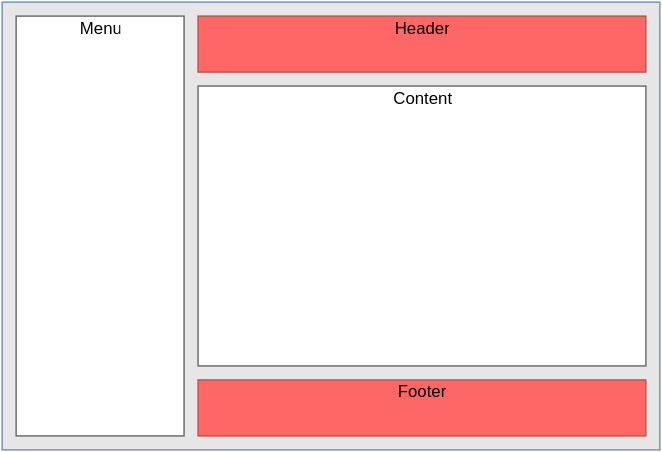
Before: general-introduction/layout.svg, a diagram exported from draw.io (CatUnicornKiller/user-doc). Source tidied: cells renumbered, new cells last; positions are measured from the earlier drawing's top-left corner, leaving out a move shared by most shapes. Source of this version:
```xml
<mxGraphModel background="#ffffff">
  <root>
    <mxCell id="0" />
    <mxCell id="1" parent="0" />
    <mxCell id="2" style="whiteSpace=wrap;html=1;plain-blue;gradientColor=none;fillColor=#E6E6E6;" parent="1" vertex="1">
      <mxGeometry width="470" height="320" as="geometry" />
    </mxCell>
    <mxCell id="3" style="whiteSpace=wrap;html=1;strokeColor=#666666;" parent="1" vertex="1">
      <mxGeometry x="10" y="10" width="120" height="300" as="geometry" />
    </mxCell>
    <mxCell id="4" value="Menu" style="text;html=1;strokeColor=none;fillColor=none;align=center;verticalAlign=middle;whiteSpace=wrap;overflow=hidden;" parent="1" vertex="1">
      <mxGeometry x="50" y="10" width="40" height="20" as="geometry" />
    </mxCell>
    <mxCell id="5" style="whiteSpace=wrap;html=1;plain-red;gradientColor=none;fillColor=#FF6666;" parent="1" vertex="1">
      <mxGeometry x="140" y="10" width="320" height="40" as="geometry" />
    </mxCell>
    <mxCell id="6" value="Header" style="text;html=1;strokeColor=none;fillColor=none;align=center;verticalAlign=middle;whiteSpace=wrap;overflow=hidden;" parent="1" vertex="1">
      <mxGeometry x="275" y="10" width="50" height="20" as="geometry" />
    </mxCell>
    <mxCell id="7" style="whiteSpace=wrap;html=1;gradientColor=none;fillColor=#FF6666;strokeColor=#B85450;" parent="1" vertex="1">
      <mxGeometry x="140" y="270" width="320" height="40" as="geometry" />
    </mxCell>
    <mxCell id="8" value="Footer&lt;br&gt;" style="text;html=1;strokeColor=none;fillColor=none;align=center;verticalAlign=middle;whiteSpace=wrap;overflow=hidden;" parent="1" vertex="1">
      <mxGeometry x="280" y="270" width="40" height="20" as="geometry" />
    </mxCell>
    <mxCell id="9" style="whiteSpace=wrap;html=1;strokeColor=#666666;" parent="1" vertex="1">
      <mxGeometry x="140" y="60" width="320" height="200" as="geometry" />
    </mxCell>
    <mxCell id="10" value="Content" style="text;html=1;strokeColor=none;fillColor=none;align=center;verticalAlign=middle;whiteSpace=wrap;overflow=hidden;" parent="1" vertex="1">
      <mxGeometry x="270" y="60" width="60" height="20" as="geometry" />
    </mxCell>
  </root>
</mxGraphModel>
```
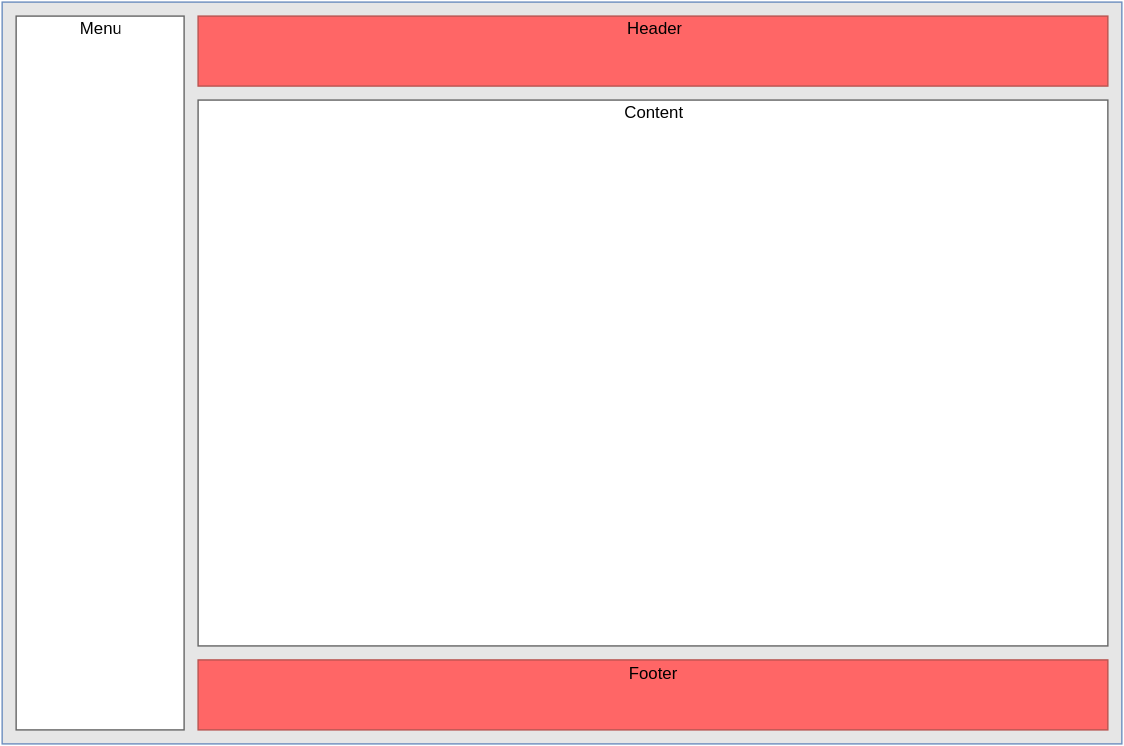
After the change.

Commit message:
Bigger layout images

Change to the diagram source:
```diff
@@ -3,31 +3,43 @@
     <mxCell id="0" />
     <mxCell id="1" parent="0" />
     <mxCell id="2" style="whiteSpace=wrap;html=1;plain-blue;gradientColor=none;fillColor=#E6E6E6;" parent="1" vertex="1">
-      <mxGeometry width="470" height="320" as="geometry" />
+      <mxGeometry width="800" height="530" as="geometry" />
     </mxCell>
+    <mxCell id="11" style="group;" parent="1" vertex="1">
+      <mxGeometry x="10" y="10" width="120" height="510" as="geometry" />
+    </mxCell>
-    <mxCell id="3" style="whiteSpace=wrap;html=1;strokeColor=#666666;" parent="1" vertex="1">
-      <mxGeometry x="10" y="10" width="120" height="300" as="geometry" />
+    <mxCell id="3" style="whiteSpace=wrap;html=1;strokeColor=#666666;" parent="11" vertex="1">
+      <mxGeometry width="120" height="510" as="geometry" />
     </mxCell>
-    <mxCell id="4" value="Menu" style="text;html=1;strokeColor=none;fillColor=none;align=center;verticalAlign=middle;whiteSpace=wrap;overflow=hidden;" parent="1" vertex="1">
-      <mxGeometry x="50" y="10" width="40" height="20" as="geometry" />
+    <mxCell id="4" value="Menu" style="text;html=1;strokeColor=none;fillColor=none;align=center;verticalAlign=middle;whiteSpace=wrap;overflow=hidden;" parent="11" vertex="1">
+      <mxGeometry x="35" width="50" height="20" as="geometry" />
     </mxCell>
+    <mxCell id="12" style="group;" parent="1" vertex="1">
+      <mxGeometry x="140" y="10" width="650" height="50" as="geometry" />
+    </mxCell>
-    <mxCell id="5" style="whiteSpace=wrap;html=1;plain-red;gradientColor=none;fillColor=#FF6666;" parent="1" vertex="1">
-      <mxGeometry x="140" y="10" width="320" height="40" as="geometry" />
+    <mxCell id="5" style="whiteSpace=wrap;html=1;plain-red;gradientColor=none;fillColor=#FF6666;" parent="12" vertex="1">
+      <mxGeometry width="650" height="50" as="geometry" />
     </mxCell>
-    <mxCell id="6" value="Header" style="text;html=1;strokeColor=none;fillColor=none;align=center;verticalAlign=middle;whiteSpace=wrap;overflow=hidden;" parent="1" vertex="1">
-      <mxGeometry x="275" y="10" width="50" height="20" as="geometry" />
+    <mxCell id="6" value="Header" style="text;html=1;strokeColor=none;fillColor=none;align=center;verticalAlign=middle;whiteSpace=wrap;overflow=hidden;" parent="12" vertex="1">
+      <mxGeometry x="250" width="152" height="20" as="geometry" />
     </mxCell>
+    <mxCell id="13" style="group;" parent="1" vertex="1">
+      <mxGeometry x="140" y="70" width="650" height="390" as="geometry" />
+    </mxCell>
+    <mxCell id="9" style="whiteSpace=wrap;html=1;strokeColor=#666666;" parent="13" vertex="1">
+      <mxGeometry width="650" height="390" as="geometry" />
+    </mxCell>
+    <mxCell id="10" value="Content" style="text;html=1;strokeColor=none;fillColor=none;align=center;verticalAlign=middle;whiteSpace=wrap;overflow=hidden;" parent="13" vertex="1">
+      <mxGeometry x="244" width="163" height="19.5" as="geometry" />
+    </mxCell>
+    <mxCell id="14" style="group;" parent="1" vertex="1">
+      <mxGeometry x="140" y="470" width="650" height="50" as="geometry" />
+    </mxCell>
-    <mxCell id="7" style="whiteSpace=wrap;html=1;gradientColor=none;fillColor=#FF6666;strokeColor=#B85450;" parent="1" vertex="1">
-      <mxGeometry x="140" y="270" width="320" height="40" as="geometry" />
+    <mxCell id="7" style="whiteSpace=wrap;html=1;gradientColor=none;fillColor=#FF6666;strokeColor=#B85450;" parent="14" vertex="1">
+      <mxGeometry width="650" height="50" as="geometry" />
     </mxCell>
-    <mxCell id="8" value="Footer&lt;br&gt;" style="text;html=1;strokeColor=none;fillColor=none;align=center;verticalAlign=middle;whiteSpace=wrap;overflow=hidden;" parent="1" vertex="1">
-      <mxGeometry x="280" y="270" width="40" height="20" as="geometry" />
+    <mxCell id="8" value="Footer&lt;br&gt;" style="text;html=1;strokeColor=none;fillColor=none;align=center;verticalAlign=middle;whiteSpace=wrap;overflow=hidden;" parent="14" vertex="1">
+      <mxGeometry x="258" y="1" width="134" height="20" as="geometry" />
     </mxCell>
-    <mxCell id="9" style="whiteSpace=wrap;html=1;strokeColor=#666666;" parent="1" vertex="1">
-      <mxGeometry x="140" y="60" width="320" height="200" as="geometry" />
-    </mxCell>
-    <mxCell id="10" value="Content" style="text;html=1;strokeColor=none;fillColor=none;align=center;verticalAlign=middle;whiteSpace=wrap;overflow=hidden;" parent="1" vertex="1">
-      <mxGeometry x="270" y="60" width="60" height="20" as="geometry" />
-    </mxCell>
   </root>
 </mxGraphModel>
```
